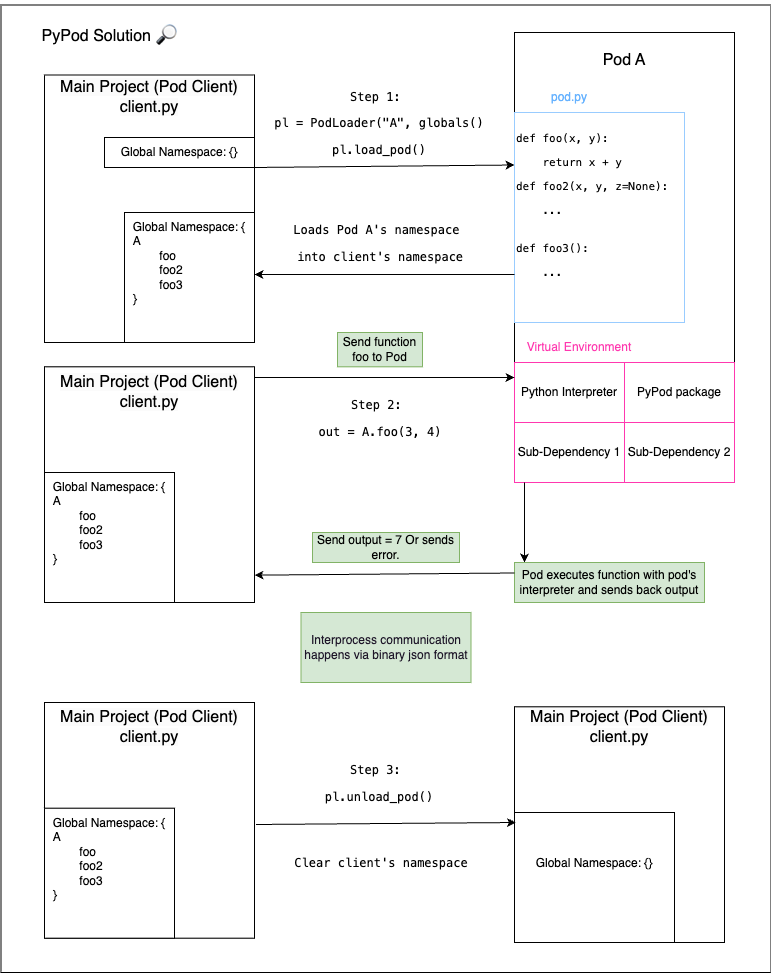
Rohan2002/pypods keeps this draw.io diagram as docs/imgs/pypod.png. Above is the earlier version. Source tidied: cells renumbered, new cells last; positions are measured from the earlier drawing's top-left corner, leaving out a move shared by most shapes.
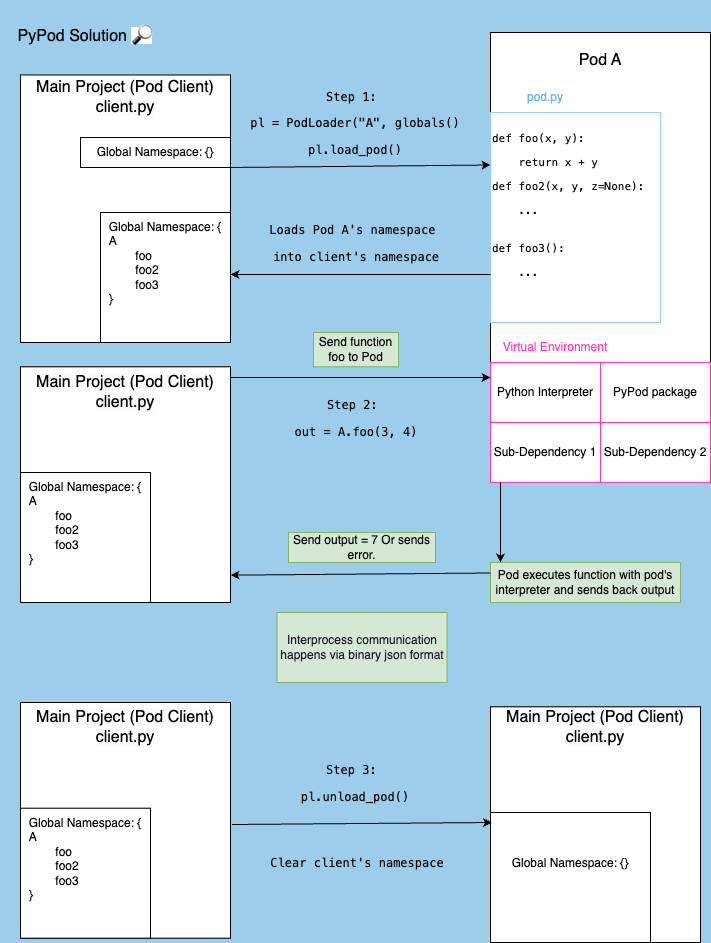
After the commit.

What changed in the source:
```diff
@@ -1,4 +1,4 @@
-<mxGraphModel background="#FFFFFF">
+<mxGraphModel background="#9cceec">
   <root>
     <mxCell id="0" />
     <mxCell id="1" parent="0" />
@@ -77,9 +77,6 @@
         <mxPoint x="364.8" y="468" as="targetPoint" />
       </mxGeometry>
     </mxCell>
-    <mxCell id="24" style="rounded=0;whiteSpace=wrap;html=1;fillColor=none;labelBackgroundColor=#FDFCFF;" parent="1" vertex="1">
-      <mxGeometry x="0.5" y="0.5" width="770" height="967.5" as="geometry" />
-    </mxCell>
     <mxCell id="25" style="endArrow=classic;html=1;rounded=0;entryX=0;entryY=0.25;entryDx=0;entryDy=0;exitX=1;exitY=0;exitDx=0;exitDy=0;" parent="1" edge="1" target="8">
       <mxGeometry relative="1" as="geometry">
         <mxPoint x="254" y="373" as="sourcePoint" />
```
